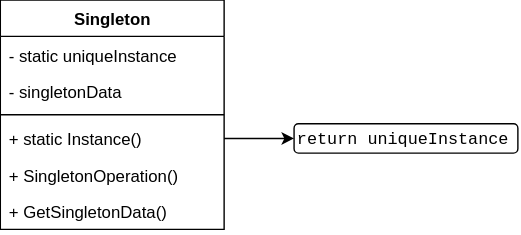
l7aur/Design-Patterns-Playground keeps this draw.io diagram as creational/singleton/figs/diagram.svg. Above is the earlier version. Source tidied: cells renumbered, new cells last; positions are measured from the earlier drawing's top-left corner, leaving out a move shared by most shapes.
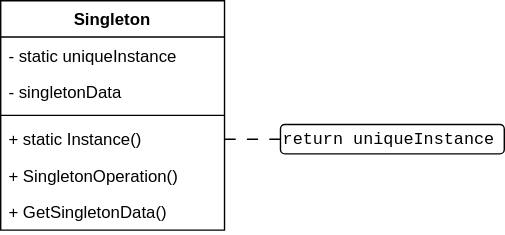
The same file after the commit.

Change to the diagram source:
```diff
@@ -24,9 +24,9 @@
       <mxGeometry y="138" width="160" height="26" as="geometry" />
     </mxCell>
     <mxCell id="9" value="&lt;font face=&quot;Courier New&quot;&gt;return uniqueInstance&lt;/font&gt;" style="rounded=1;whiteSpace=wrap;html=1;align=left;" parent="1" vertex="1">
-      <mxGeometry x="210" y="88.5" width="160" height="21" as="geometry" />
+      <mxGeometry x="200" y="88.5" width="160" height="21" as="geometry" />
     </mxCell>
-    <mxCell id="10" style="edgeStyle=orthogonalEdgeStyle;rounded=0;jettySize=auto;html=1;exitX=1;exitY=0.5;exitDx=0;exitDy=0;entryX=0;entryY=0.5;entryDx=0;entryDy=0;" parent="1" edge="1" source="6" target="9">
+    <mxCell id="10" style="edgeStyle=orthogonalEdgeStyle;rounded=0;jettySize=auto;html=1;exitX=1;exitY=0.5;exitDx=0;exitDy=0;entryX=0;entryY=0.5;entryDx=0;entryDy=0;dashed=1;dashPattern=8 8;endArrow=none;endFill=0;" parent="1" edge="1" source="6" target="9">
       <mxGeometry relative="1" as="geometry" />
     </mxCell>
   </root>
```
